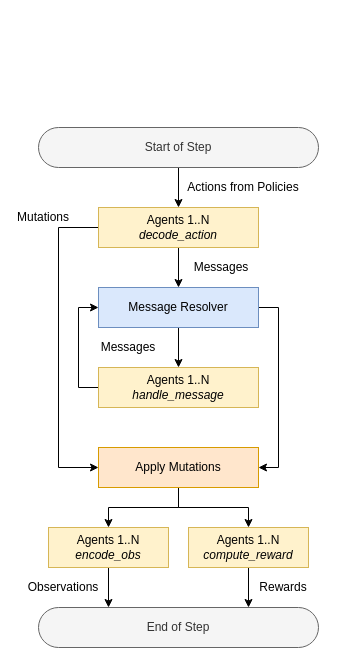
The draw.io diagram docs/drawio/step-flow.drawio in jpmorganchase/Phantom, before the edit. Source tidied: cells renumbered, new cells numbered last; positions are measured from the earlier drawing's top-left corner, leaving out a move shared by most shapes. Both pictures are drawn from the tidied source at 100%, with x=0, y=0 at pixel (18, 127).
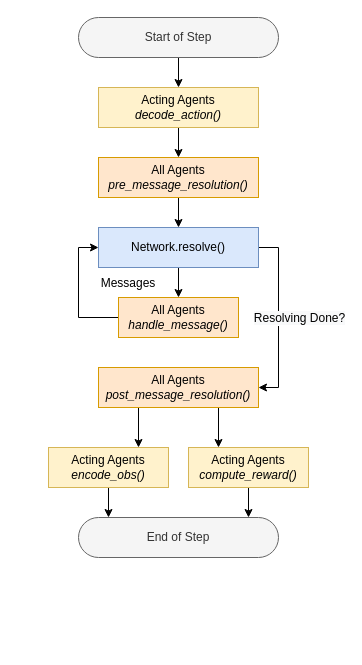
Above is the later version.

What changed in the source:
```diff
@@
     <mxCell id="3" value="Start of Step" style="rounded=1;whiteSpace=wrap;html=1;arcSize=50;fillColor=#f5f5f5;strokeColor=#666666;fontColor=#333333;" parent="1" vertex="1">
-      <mxGeometry x="20" width="280" height="40" as="geometry" />
+      <mxGeometry x="60" y="-110" width="200" height="40" as="geometry" />
     </mxCell>
-    <mxCell id="4" style="edgeStyle=orthogonalEdgeStyle;rounded=0;jettySize=auto;html=1;exitX=0.5;exitY=1;exitDx=0;exitDy=0;entryX=0.5;entryY=0;entryDx=0;entryDy=0;startArrow=none;startFill=0;endArrow=classic;endFill=1;" parent="1" edge="1" source="6" target="10">
-      <mxGeometry relative="1" as="geometry" />
-    </mxCell>
-    <mxCell id="5" style="edgeStyle=orthogonalEdgeStyle;rounded=0;jettySize=auto;html=1;exitX=0;exitY=0.5;exitDx=0;exitDy=0;entryX=0;entryY=0.5;entryDx=0;entryDy=0;startArrow=none;startFill=0;endArrow=classic;endFill=1;" parent="1" edge="1" source="6" target="17">
-      <mxGeometry relative="1" as="geometry">
-        <Array as="points">
-          <mxPoint x="40" y="100" />
-          <mxPoint x="40" y="340" />
-        </Array>
-      </mxGeometry>
-    </mxCell>
+    <mxCell id="26" style="edgeStyle=orthogonalEdgeStyle;rounded=0;jettySize=auto;html=1;exitX=0.5;exitY=1;exitDx=0;exitDy=0;entryX=0.5;entryY=0;entryDx=0;entryDy=0;" parent="1" edge="1" source="6" target="30">
+      <mxGeometry relative="1" as="geometry" />
+    </mxCell>
-    <mxCell id="6" value="Agents 1..N&lt;br&gt;&lt;i&gt;decode_action&lt;/i&gt;" style="rounded=0;whiteSpace=wrap;html=1;fillColor=#fff2cc;strokeColor=#d6b656;" parent="1" vertex="1">
-      <mxGeometry x="80" y="80" width="160" height="40" as="geometry" />
+    <mxCell id="6" value="Acting Agents&lt;br&gt;&lt;i&gt;decode_action()&lt;/i&gt;" style="rounded=0;whiteSpace=wrap;html=1;fillColor=#fff2cc;strokeColor=#d6b656;" parent="1" vertex="1">
+      <mxGeometry x="80" y="-40" width="160" height="40" as="geometry" />
     </mxCell>
-    <mxCell id="7" value="Actions from Policies" style="text;html=1;strokeColor=none;fillColor=none;align=center;verticalAlign=middle;whiteSpace=wrap;rounded=0;" parent="1" vertex="1">
-      <mxGeometry x="160" y="50" width="130" height="20" as="geometry" />
-    </mxCell>
-    <mxCell id="8" style="edgeStyle=orthogonalEdgeStyle;rounded=0;jettySize=auto;html=1;exitX=0.5;exitY=1;exitDx=0;exitDy=0;entryX=0.5;entryY=0;entryDx=0;entryDy=0;startArrow=none;startFill=0;endArrow=classic;endFill=1;" parent="1" edge="1" source="10" target="13">
+    <mxCell id="8" style="edgeStyle=orthogonalEdgeStyle;rounded=0;jettySize=auto;html=1;exitX=0.5;exitY=1;exitDx=0;exitDy=0;entryX=0.5;entryY=0;entryDx=0;entryDy=0;" parent="1" edge="1" source="10" target="13">
       <mxGeometry relative="1" as="geometry" />
     </mxCell>
-    <mxCell id="9" style="edgeStyle=orthogonalEdgeStyle;rounded=0;jettySize=auto;html=1;exitX=1;exitY=0.5;exitDx=0;exitDy=0;entryX=1;entryY=0.5;entryDx=0;entryDy=0;startArrow=none;startFill=0;endArrow=classic;endFill=1;" parent="1" edge="1" source="10" target="17">
-      <mxGeometry relative="1" as="geometry" />
-    </mxCell>
+    <mxCell id="27" style="edgeStyle=orthogonalEdgeStyle;rounded=0;jettySize=auto;html=1;exitX=1;exitY=0.5;exitDx=0;exitDy=0;entryX=1;entryY=0.5;entryDx=0;entryDy=0;" parent="1" edge="1" source="10" target="33">
+      <mxGeometry relative="1" as="geometry" />
+    </mxCell>
+    <mxCell id="28" value="&lt;span style=&quot;font-size: 12px ; background-color: rgb(248 , 249 , 250)&quot;&gt;Resolving Done?&lt;/span&gt;" style="edgeLabel;html=1;align=center;verticalAlign=middle;" parent="27" vertex="1">
+      <mxGeometry x="0.01" y="2" relative="1" as="geometry">
+        <mxPoint x="18" y="-1" as="offset" />
+      </mxGeometry>
+    </mxCell>
-    <mxCell id="10" value="Message Resolver" style="rounded=0;whiteSpace=wrap;html=1;fillColor=#dae8fc;strokeColor=#6c8ebf;" parent="1" vertex="1">
-      <mxGeometry x="80" y="160" width="160" height="40" as="geometry" />
+    <mxCell id="10" value="Network.resolve()" style="rounded=0;whiteSpace=wrap;html=1;fillColor=#dae8fc;strokeColor=#6c8ebf;" parent="1" vertex="1">
+      <mxGeometry x="80" y="100" width="160" height="40" as="geometry" />
     </mxCell>
-    <mxCell id="11" value="Messages" style="text;html=1;strokeColor=none;fillColor=none;align=center;verticalAlign=middle;whiteSpace=wrap;rounded=0;" parent="1" vertex="1">
-      <mxGeometry x="173" y="130" width="60" height="20" as="geometry" />
-    </mxCell>
@@
-    <mxCell id="13" value="Agents 1..N&lt;br&gt;&lt;i&gt;handle_message&lt;/i&gt;" style="rounded=0;whiteSpace=wrap;html=1;fillColor=#fff2cc;strokeColor=#d6b656;" parent="1" vertex="1">
-      <mxGeometry x="80" y="240" width="160" height="40" as="geometry" />
+    <mxCell id="13" value="All Agents&lt;br&gt;&lt;i&gt;handle_message()&lt;/i&gt;" style="rounded=0;whiteSpace=wrap;html=1;fillColor=#ffe6cc;strokeColor=#d79b00;" parent="1" vertex="1">
+      <mxGeometry x="100" y="170" width="120" height="40" as="geometry" />
     </mxCell>
     <mxCell id="14" value="Messages" style="text;html=1;strokeColor=none;fillColor=none;align=center;verticalAlign=middle;whiteSpace=wrap;rounded=0;" parent="1" vertex="1">
-      <mxGeometry x="80" y="210" width="60" height="20" as="geometry" />
+      <mxGeometry x="80" y="146" width="60" height="20" as="geometry" />
     </mxCell>
-    <mxCell id="15" style="edgeStyle=orthogonalEdgeStyle;rounded=0;jettySize=auto;html=1;exitX=0.5;exitY=1;exitDx=0;exitDy=0;entryX=0.5;entryY=0;entryDx=0;entryDy=0;startArrow=none;startFill=0;endArrow=classic;endFill=1;" parent="1" edge="1" source="17" target="22">
-      <mxGeometry relative="1" as="geometry" />
-    </mxCell>
-    <mxCell id="16" style="edgeStyle=orthogonalEdgeStyle;rounded=0;jettySize=auto;html=1;exitX=0.5;exitY=1;exitDx=0;exitDy=0;entryX=0.5;entryY=0;entryDx=0;entryDy=0;startArrow=none;startFill=0;endArrow=classic;endFill=1;" parent="1" edge="1" source="17" target="20">
-      <mxGeometry relative="1" as="geometry" />
-    </mxCell>
-    <mxCell id="17" value="Apply Mutations" style="rounded=0;whiteSpace=wrap;html=1;fillColor=#ffe6cc;strokeColor=#d79b00;" parent="1" vertex="1">
-      <mxGeometry x="80" y="320" width="160" height="40" as="geometry" />
-    </mxCell>
-    <mxCell id="18" value="Mutations" style="text;html=1;strokeColor=none;fillColor=none;align=center;verticalAlign=middle;whiteSpace=wrap;rounded=0;" parent="1" vertex="1">
-      <mxGeometry y="80" width="50" height="20" as="geometry" />
-    </mxCell>
-    <mxCell id="19" style="edgeStyle=orthogonalEdgeStyle;rounded=0;jettySize=auto;html=1;exitX=0.5;exitY=1;exitDx=0;exitDy=0;entryX=0.25;entryY=0;entryDx=0;entryDy=0;startArrow=none;startFill=0;endArrow=classic;endFill=1;" parent="1" edge="1" source="20" target="23">
+    <mxCell id="19" style="edgeStyle=orthogonalEdgeStyle;rounded=0;jettySize=auto;html=1;exitX=0.5;exitY=1;exitDx=0;exitDy=0;entryX=0.15;entryY=0;entryDx=0;entryDy=0;startArrow=none;startFill=0;endArrow=classic;endFill=1;entryPerimeter=0;" parent="1" edge="1" source="20" target="23">
       <mxGeometry relative="1" as="geometry" />
     </mxCell>
-    <mxCell id="20" value="Agents 1..N&lt;br&gt;&lt;i&gt;encode_obs&lt;/i&gt;" style="rounded=0;whiteSpace=wrap;html=1;fillColor=#fff2cc;strokeColor=#d6b656;" parent="1" vertex="1">
-      <mxGeometry x="30" y="400" width="120" height="40" as="geometry" />
+    <mxCell id="20" value="Acting Agents&lt;br&gt;&lt;i&gt;encode_obs()&lt;/i&gt;" style="rounded=0;whiteSpace=wrap;html=1;fillColor=#fff2cc;strokeColor=#d6b656;" parent="1" vertex="1">
+      <mxGeometry x="30" y="320" width="120" height="40" as="geometry" />
     </mxCell>
-    <mxCell id="21" style="edgeStyle=orthogonalEdgeStyle;rounded=0;jettySize=auto;html=1;exitX=0.5;exitY=1;exitDx=0;exitDy=0;entryX=0.75;entryY=0;entryDx=0;entryDy=0;startArrow=none;startFill=0;endArrow=classic;endFill=1;" parent="1" edge="1" source="22" target="23">
+    <mxCell id="21" style="edgeStyle=orthogonalEdgeStyle;rounded=0;jettySize=auto;html=1;exitX=0.5;exitY=1;exitDx=0;exitDy=0;entryX=0.85;entryY=0;entryDx=0;entryDy=0;startArrow=none;startFill=0;endArrow=classic;endFill=1;entryPerimeter=0;" parent="1" edge="1" source="22" target="23">
       <mxGeometry relative="1" as="geometry" />
     </mxCell>
-    <mxCell id="22" value="Agents 1..N&lt;br&gt;&lt;i&gt;compute_reward&lt;/i&gt;" style="rounded=0;whiteSpace=wrap;html=1;fillColor=#fff2cc;strokeColor=#d6b656;" parent="1" vertex="1">
-      <mxGeometry x="170" y="400" width="120" height="40" as="geometry" />
+    <mxCell id="22" value="Acting Agents&lt;br&gt;&lt;i&gt;compute_reward()&lt;/i&gt;" style="rounded=0;whiteSpace=wrap;html=1;fillColor=#fff2cc;strokeColor=#d6b656;" parent="1" vertex="1">
+      <mxGeometry x="170" y="320" width="120" height="40" as="geometry" />
     </mxCell>
     <mxCell id="23" value="End of Step" style="rounded=1;whiteSpace=wrap;html=1;arcSize=50;fillColor=#f5f5f5;strokeColor=#666666;fontColor=#333333;" parent="1" vertex="1">
-      <mxGeometry x="20" y="480" width="280" height="40" as="geometry" />
+      <mxGeometry x="60" y="390" width="200" height="40" as="geometry" />
     </mxCell>
-    <mxCell id="24" value="Observations" style="text;html=1;strokeColor=none;fillColor=none;align=center;verticalAlign=middle;whiteSpace=wrap;rounded=0;" parent="1" vertex="1">
-      <mxGeometry x="20" y="450" width="50" height="20" as="geometry" />
-    </mxCell>
-    <mxCell id="25" value="Rewards" style="text;html=1;strokeColor=none;fillColor=none;align=center;verticalAlign=middle;whiteSpace=wrap;rounded=0;" parent="1" vertex="1">
-      <mxGeometry x="240" y="450" width="50" height="20" as="geometry" />
-    </mxCell>
+    <mxCell id="29" style="edgeStyle=orthogonalEdgeStyle;rounded=0;jettySize=auto;html=1;exitX=0.5;exitY=1;exitDx=0;exitDy=0;entryX=0.5;entryY=0;entryDx=0;entryDy=0;" parent="1" edge="1" source="30" target="10">
+      <mxGeometry relative="1" as="geometry" />
+    </mxCell>
+    <mxCell id="30" value="All Agents&lt;br&gt;&lt;i&gt;pre_message_resolution()&lt;/i&gt;" style="rounded=0;whiteSpace=wrap;html=1;fillColor=#ffe6cc;strokeColor=#d79b00;" parent="1" vertex="1">
+      <mxGeometry x="80" y="30" width="160" height="40" as="geometry" />
+    </mxCell>
+    <mxCell id="31" style="edgeStyle=orthogonalEdgeStyle;rounded=0;jettySize=auto;html=1;exitX=0.75;exitY=1;exitDx=0;exitDy=0;entryX=0.25;entryY=0;entryDx=0;entryDy=0;" parent="1" edge="1" source="33" target="22">
+      <mxGeometry relative="1" as="geometry" />
+    </mxCell>
+    <mxCell id="32" style="edgeStyle=orthogonalEdgeStyle;rounded=0;jettySize=auto;html=1;exitX=0.25;exitY=1;exitDx=0;exitDy=0;entryX=0.75;entryY=0;entryDx=0;entryDy=0;" parent="1" edge="1" source="33" target="20">
+      <mxGeometry relative="1" as="geometry" />
+    </mxCell>
+    <mxCell id="33" value="All Agents&lt;br&gt;&lt;i&gt;post_message_resolution()&lt;/i&gt;" style="rounded=0;whiteSpace=wrap;html=1;fillColor=#ffe6cc;strokeColor=#d79b00;" parent="1" vertex="1">
+      <mxGeometry x="80" y="240" width="160" height="40" as="geometry" />
+    </mxCell>
```
